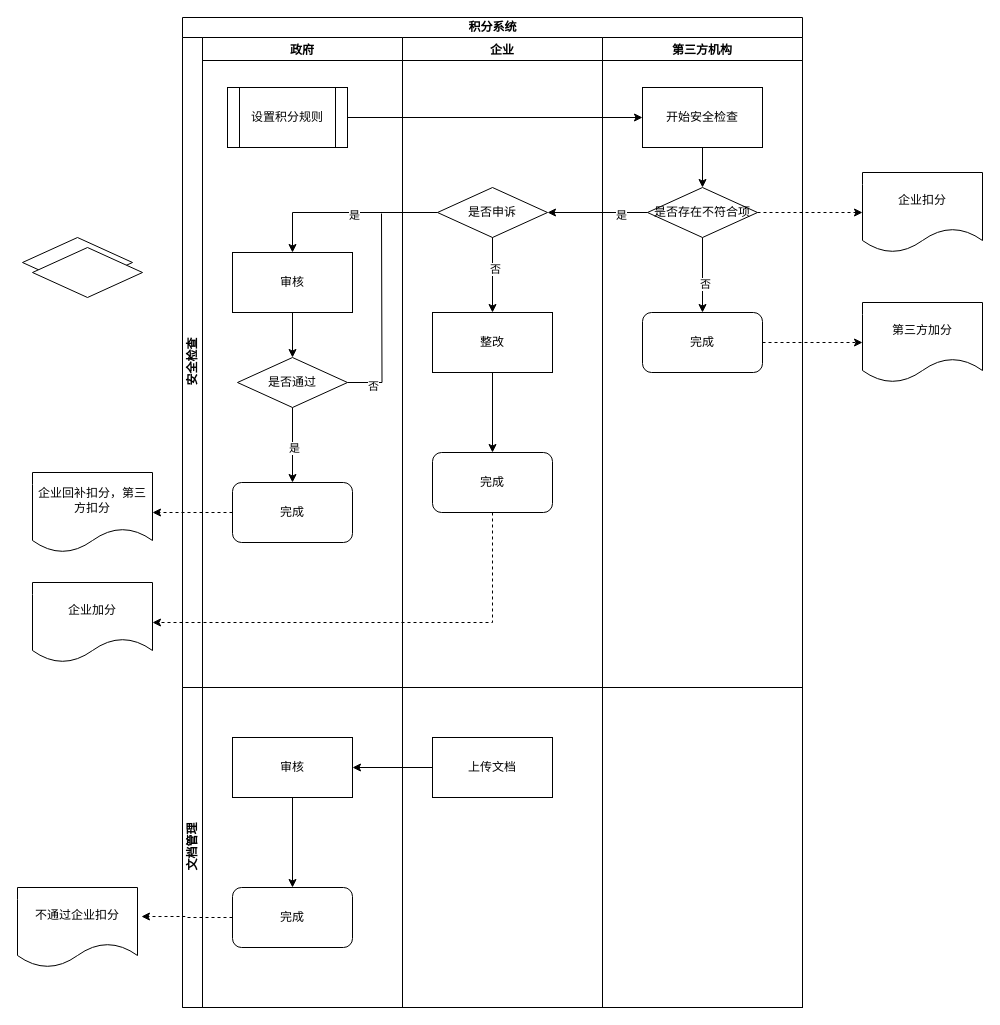
hk19950707/flow-diagram keeps this draw.io diagram as 中科星图-积分系统.drawio. Above is the earlier version. Source tidied: cells renumbered, new cells numbered last; positions are measured from the earlier drawing's top-left corner, leaving out a move shared by most shapes. Both pictures are drawn from the tidied source at 100%, with x=0, y=0 at pixel (17, 17).
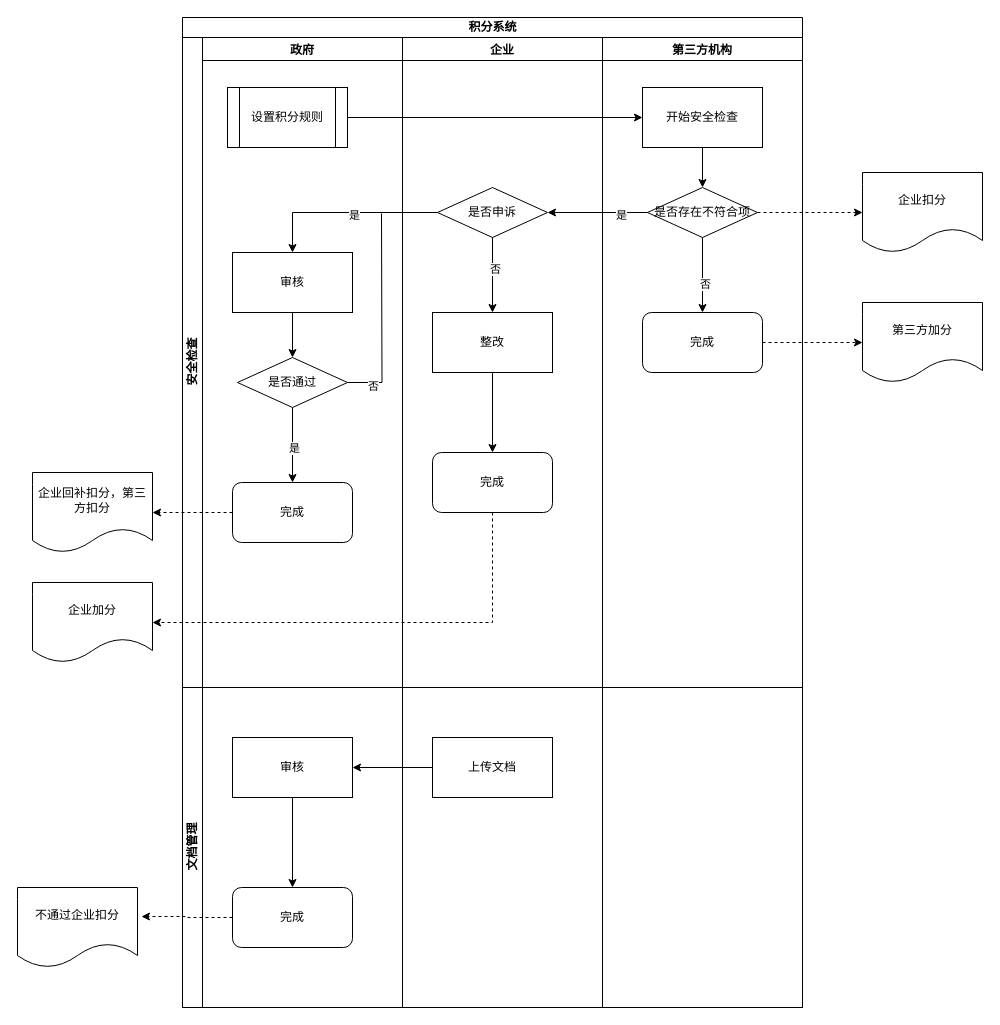
The same page after the edit.

Commit message:
更新中科星图-积分系统.drawio

Change to the diagram source:
```diff
@@
-    <mxCell id="41" style="rhombus;whiteSpace=wrap;html=1;" parent="1" vertex="1">
-      <mxGeometry x="5" y="220" width="110" height="50" as="geometry" />
-    </mxCell>
@@
-    <mxCell id="50" style="rhombus;whiteSpace=wrap;html=1;" parent="1" vertex="1">
-      <mxGeometry x="15" y="230" width="110" height="50" as="geometry" />
-    </mxCell>
```
